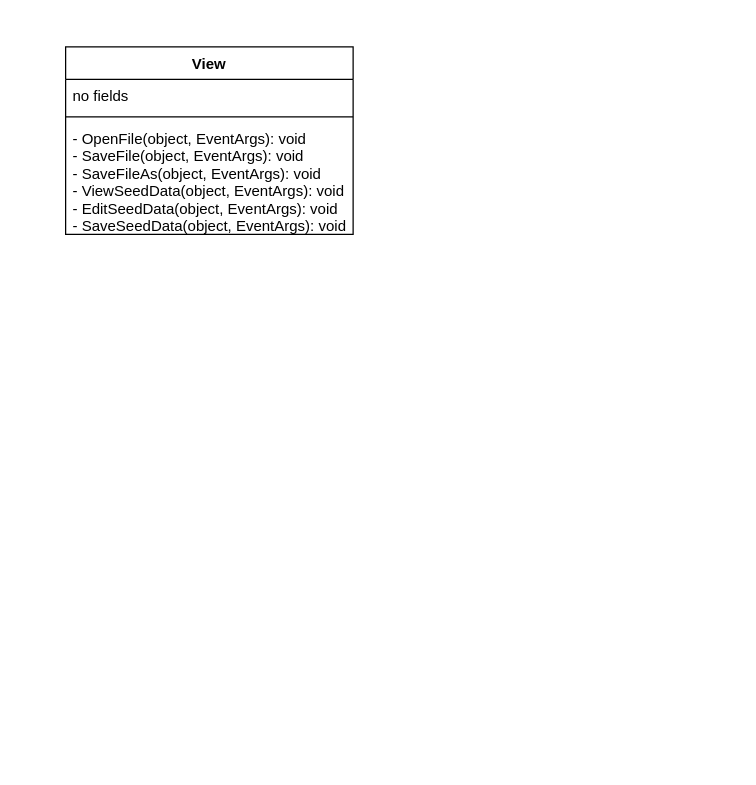
This is UML/ImageJImporter UML Class Diagram.drawio from nico6bury/usda-imagejimporter, a draw.io file, before an edit. Source tidied: cells renumbered, new cells numbered last; positions are measured from the earlier drawing's top-left corner, leaving out a move shared by most shapes. Both pictures are drawn from the tidied source at 125%, with x=0, y=0 at pixel (65, 46).
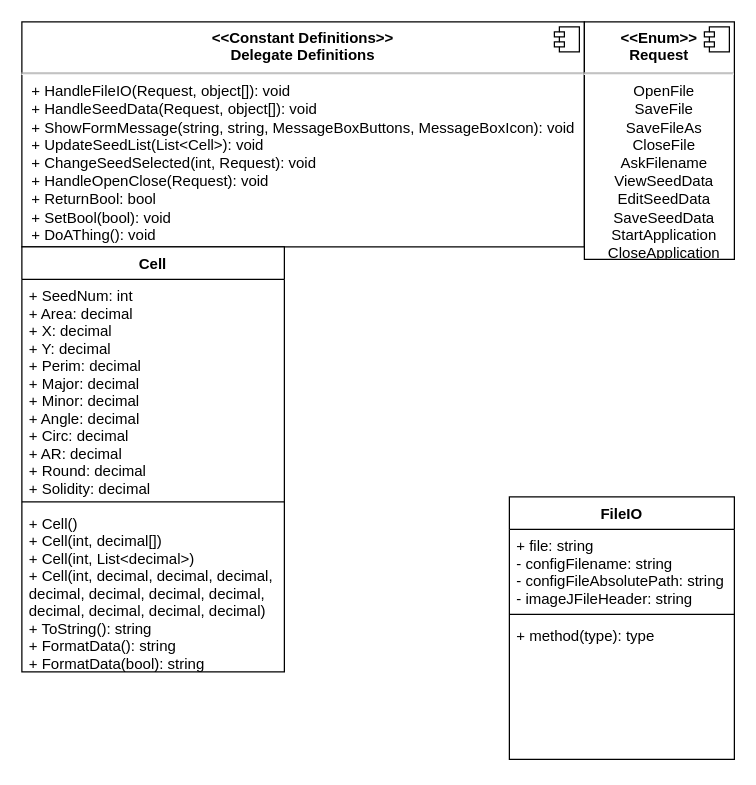
After the change.

Diff of the diagram source:
```diff
@@
 <mxGraphModel>
   <root>
     <mxCell id="0" />
     <mxCell id="1" parent="0" />
-    <mxCell id="2" value="View" style="swimlane;fontStyle=1;align=center;verticalAlign=top;horizontal=1;startSize=26;" parent="1" vertex="1">
-      <mxGeometry width="230" height="150" as="geometry" />
-    </mxCell>
-    <mxCell id="3" value="no fields" style="text;strokeColor=none;fillColor=none;align=left;verticalAlign=top;spacingLeft=4;spacingRight=4;overflow=hidden;" parent="2" vertex="1">
-      <mxGeometry y="26" width="230" height="26" as="geometry" />
-    </mxCell>
-    <mxCell id="4" style="line;strokeWidth=1;fillColor=none;align=left;verticalAlign=middle;spacingTop=-1;spacingLeft=3;spacingRight=3;labelPosition=right;" parent="2" vertex="1">
-      <mxGeometry y="52" width="230" height="8" as="geometry" />
-    </mxCell>
-    <mxCell id="5" value="- OpenFile(object, EventArgs): void&#10;- SaveFile(object, EventArgs): void&#10;- SaveFileAs(object, EventArgs): void&#10;- ViewSeedData(object, EventArgs): void&#10;- EditSeedData(object, EventArgs): void&#10;- SaveSeedData(object, EventArgs): void" style="text;strokeColor=none;fillColor=none;align=left;verticalAlign=top;spacingLeft=4;spacingRight=4;overflow=hidden;" parent="2" vertex="1">
-      <mxGeometry y="60" width="230" height="90" as="geometry" />
-    </mxCell>
+    <mxCell id="6" value="&lt;p style=&quot;margin: 0px ; margin-top: 6px ; text-align: center&quot;&gt;&lt;b&gt;&amp;lt;&amp;lt;Constant Definitions&amp;gt;&amp;gt;&lt;br&gt;Delegate Definitions&lt;/b&gt;&lt;/p&gt;&lt;hr&gt;&lt;p style=&quot;margin: 0px ; margin-left: 8px&quot;&gt;+ HandleFileIO(Request, object[]): void&lt;br&gt;+ HandleSeedData(Request, object[]): void&lt;/p&gt;&lt;p style=&quot;margin: 0px ; margin-left: 8px&quot;&gt;+ ShowFormMessage(string, string, MessageBoxButtons, MessageBoxIcon): void&lt;/p&gt;&lt;p style=&quot;margin: 0px ; margin-left: 8px&quot;&gt;+ UpdateSeedList(List&amp;lt;Cell&amp;gt;): void&lt;/p&gt;&lt;p style=&quot;margin: 0px ; margin-left: 8px&quot;&gt;+ ChangeSeedSelected(int, Request): void&lt;/p&gt;&lt;p style=&quot;margin: 0px ; margin-left: 8px&quot;&gt;+ HandleOpenClose(Request): void&lt;/p&gt;&lt;p style=&quot;margin: 0px ; margin-left: 8px&quot;&gt;+ ReturnBool: bool&lt;/p&gt;&lt;p style=&quot;margin: 0px ; margin-left: 8px&quot;&gt;+ SetBool(bool): void&lt;/p&gt;&lt;p style=&quot;margin: 0px ; margin-left: 8px&quot;&gt;+ DoAThing(): void&lt;/p&gt;" style="align=left;overflow=fill;html=1;" parent="1" vertex="1">
+      <mxGeometry x="-35" y="-20" width="450" height="180" as="geometry" />
+    </mxCell>
+    <mxCell id="7" style="shape=component;jettyWidth=8;jettyHeight=4;" parent="6" vertex="1">
+      <mxGeometry x="1" width="20" height="20" relative="1" as="geometry">
+        <mxPoint x="-24" y="4" as="offset" />
+      </mxGeometry>
+    </mxCell>
+    <mxCell id="8" value="&lt;p style=&quot;margin: 0px ; margin-top: 6px ; text-align: center&quot;&gt;&lt;b&gt;&amp;lt;&amp;lt;Enum&amp;gt;&amp;gt;&lt;br&gt;Request&lt;/b&gt;&lt;/p&gt;&lt;hr style=&quot;text-align: center&quot;&gt;&lt;p style=&quot;text-align: center ; margin: 0px 0px 0px 8px&quot;&gt;OpenFile&lt;/p&gt;&lt;p style=&quot;text-align: center ; margin: 0px 0px 0px 8px&quot;&gt;SaveFile&lt;/p&gt;&lt;p style=&quot;text-align: center ; margin: 0px 0px 0px 8px&quot;&gt;SaveFileAs&lt;/p&gt;&lt;p style=&quot;text-align: center ; margin: 0px 0px 0px 8px&quot;&gt;CloseFile&lt;/p&gt;&lt;p style=&quot;text-align: center ; margin: 0px 0px 0px 8px&quot;&gt;AskFilename&lt;/p&gt;&lt;p style=&quot;text-align: center ; margin: 0px 0px 0px 8px&quot;&gt;ViewSeedData&lt;/p&gt;&lt;p style=&quot;text-align: center ; margin: 0px 0px 0px 8px&quot;&gt;EditSeedData&lt;/p&gt;&lt;p style=&quot;text-align: center ; margin: 0px 0px 0px 8px&quot;&gt;SaveSeedData&lt;/p&gt;&lt;p style=&quot;text-align: center ; margin: 0px 0px 0px 8px&quot;&gt;StartApplication&lt;/p&gt;&lt;p style=&quot;text-align: center ; margin: 0px 0px 0px 8px&quot;&gt;CloseApplication&lt;/p&gt;" style="align=left;overflow=fill;html=1;" parent="1" vertex="1">
+      <mxGeometry x="415" y="-20" width="120" height="190" as="geometry" />
+    </mxCell>
+    <mxCell id="9" style="shape=component;jettyWidth=8;jettyHeight=4;" parent="8" vertex="1">
+      <mxGeometry x="1" width="20" height="20" relative="1" as="geometry">
+        <mxPoint x="-24" y="4" as="offset" />
+      </mxGeometry>
+    </mxCell>
+    <mxCell id="10" value="Cell" style="swimlane;fontStyle=1;align=center;verticalAlign=top;horizontal=1;startSize=26;" parent="1" vertex="1">
+      <mxGeometry x="-35" y="160" width="210" height="340" as="geometry" />
+    </mxCell>
+    <mxCell id="11" value="+ SeedNum: int&#10;+ Area: decimal&#10;+ X: decimal&#10;+ Y: decimal&#10;+ Perim: decimal&#10;+ Major: decimal&#10;+ Minor: decimal&#10;+ Angle: decimal&#10;+ Circ: decimal&#10;+ AR: decimal&#10;+ Round: decimal&#10;+ Solidity: decimal" style="text;strokeColor=none;fillColor=none;align=left;verticalAlign=top;spacingLeft=4;spacingRight=4;overflow=hidden;" parent="10" vertex="1">
+      <mxGeometry y="26" width="210" height="174" as="geometry" />
+    </mxCell>
+    <mxCell id="12" style="line;strokeWidth=1;fillColor=none;align=left;verticalAlign=middle;spacingTop=-1;spacingLeft=3;spacingRight=3;labelPosition=right;" parent="10" vertex="1">
+      <mxGeometry y="200" width="210" height="8" as="geometry" />
+    </mxCell>
+    <mxCell id="13" value="+ Cell()&#10;+ Cell(int, decimal[])&#10;+ Cell(int, List&lt;decimal&gt;)&#10;+ Cell(int, decimal, decimal, decimal,&#10;decimal, decimal, decimal, decimal,&#10;decimal, decimal, decimal, decimal)&#10;+ ToString(): string&#10;+ FormatData(): string&#10;+ FormatData(bool): string" style="text;strokeColor=none;fillColor=none;align=left;verticalAlign=top;spacingLeft=4;spacingRight=4;overflow=hidden;" parent="10" vertex="1">
+      <mxGeometry y="208" width="210" height="132" as="geometry" />
+    </mxCell>
+    <mxCell id="14" value="FileIO" style="swimlane;fontStyle=1;align=center;verticalAlign=top;horizontal=1;startSize=26;" parent="1" vertex="1">
+      <mxGeometry x="355" y="360" width="180" height="210" as="geometry" />
+    </mxCell>
+    <mxCell id="15" value="+ file: string&#10;- configFilename: string&#10;- configFileAbsolutePath: string&#10;- imageJFileHeader: string" style="text;strokeColor=none;fillColor=none;align=left;verticalAlign=top;spacingLeft=4;spacingRight=4;overflow=hidden;" parent="14" vertex="1">
+      <mxGeometry y="26" width="180" height="64" as="geometry" />
+    </mxCell>
+    <mxCell id="16" style="line;strokeWidth=1;fillColor=none;align=left;verticalAlign=middle;spacingTop=-1;spacingLeft=3;spacingRight=3;labelPosition=right;" parent="14" vertex="1">
+      <mxGeometry y="90" width="180" height="8" as="geometry" />
+    </mxCell>
+    <mxCell id="17" value="+ method(type): type" style="text;strokeColor=none;fillColor=none;align=left;verticalAlign=top;spacingLeft=4;spacingRight=4;overflow=hidden;" parent="14" vertex="1">
+      <mxGeometry y="98" width="180" height="112" as="geometry" />
+    </mxCell>
   </root>
 </mxGraphModel>
```
